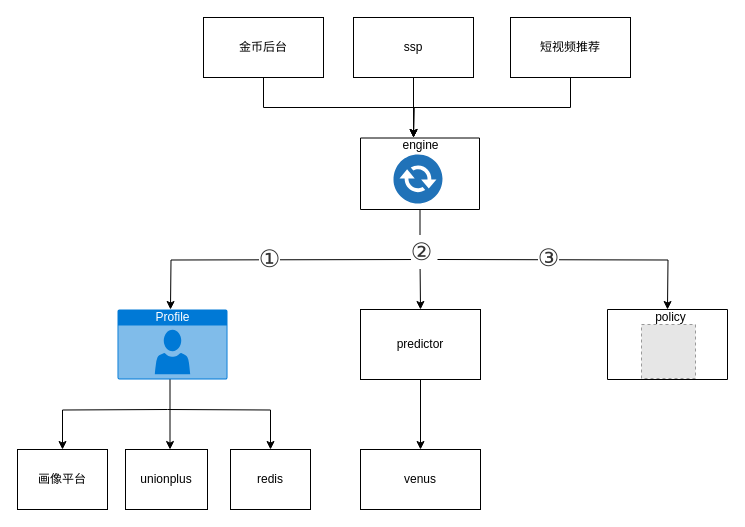
This is engineering/算法工程架构.drawio from gydong/graphs, a draw.io file, before an edit. Source tidied: cells renumbered, new cells numbered last; positions are measured from the earlier drawing's top-left corner, leaving out a move shared by most shapes. Both pictures are drawn from the tidied source at 100%, with x=0, y=0 at pixel (17, 17). Pictures stored in the file or linked from it are replaced by grey dashed boxes.
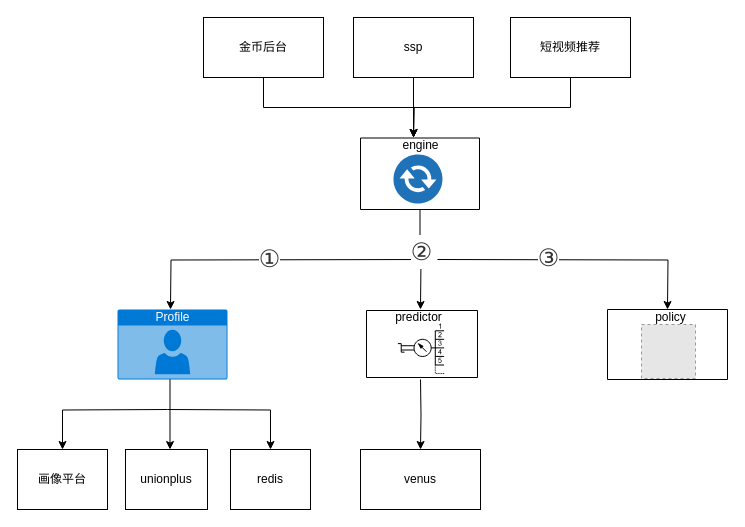
Above is the later version.

The change refers to these unchanged cells:
```xml
<mxCell id="22" value="venus" style="whiteSpace=wrap;html=1;rounded=0;" parent="1" vertex="1">
  <mxGeometry x="343" y="432" width="120" height="60" as="geometry" />
</mxCell>
<mxCell id="26" style="swimlane;startSize=0;" parent="1" vertex="1">
  <mxGeometry x="343" y="120.5" width="119" height="71.5" as="geometry" />
</mxCell>
```

The edit, as a diff of the source:
```diff
@@
-    <mxCell id="4" style="edgeStyle=orthogonalEdgeStyle;rounded=0;jettySize=auto;html=1;exitX=0.5;exitY=1;exitDx=0;exitDy=0;" parent="1" edge="1" source="26" target="12">
-      <mxGeometry relative="1" as="geometry" />
+    <mxCell id="4" style="edgeStyle=orthogonalEdgeStyle;rounded=0;jettySize=auto;html=1;exitX=0.5;exitY=1;exitDx=0;exitDy=0;" parent="1" edge="1" source="26">
+      <mxGeometry relative="1" as="geometry">
+        <mxPoint x="403" y="292" as="targetPoint" />
+      </mxGeometry>
     </mxCell>
@@
-    <mxCell id="11" style="edgeStyle=orthogonalEdgeStyle;rounded=0;jettySize=auto;html=1;" parent="1" edge="1" source="12" target="22">
-      <mxGeometry relative="1" as="geometry" />
+    <mxCell id="11" style="edgeStyle=orthogonalEdgeStyle;rounded=0;jettySize=auto;html=1;" parent="1" edge="1" target="22">
+      <mxGeometry relative="1" as="geometry">
+        <mxPoint x="403" y="362" as="sourcePoint" />
+      </mxGeometry>
     </mxCell>
-    <mxCell id="12" value="predictor" style="rounded=0;whiteSpace=wrap;html=1;" parent="1" vertex="1">
-      <mxGeometry x="343" y="292" width="120" height="70" as="geometry" />
-    </mxCell>
@@
+    <mxCell id="30" style="swimlane;startSize=0;fillColor=#99CCFF;" parent="1" vertex="1">
+      <mxGeometry x="349" y="293" width="111" height="67" as="geometry" />
+    </mxCell>
+    <mxCell id="12" value="predictor" style="text;html=1;align=center;verticalAlign=middle;points=[];strokeColor=none;fillColor=none;" parent="30" vertex="1">
+      <mxGeometry x="16.5" y="-8" width="70" height="30" as="geometry" />
+    </mxCell>
+    <mxCell id="31" style="verticalLabelPosition=bottom;html=1;verticalAlign=top;strokeColor=#000000;fillColor=#000000;align=center;shape=mxgraph.fluid_power.x11840;" parent="30" vertex="1">
+      <mxGeometry x="31.4" y="13" width="46.2" height="50" as="geometry" />
+    </mxCell>
```
